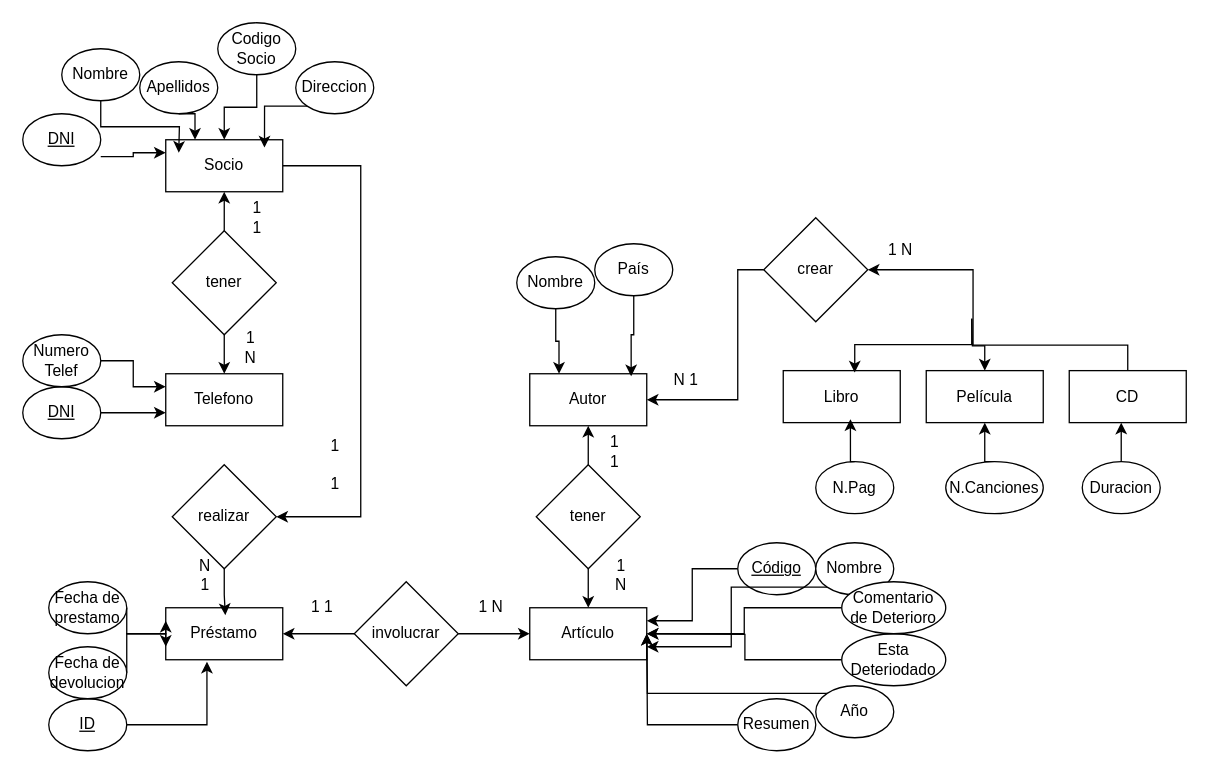
Earlier version of the draw.io diagram ej6.drawio (adriii28/amr-tsys-C3U12-11102023). Source tidied: cells renumbered, new cells numbered last; positions are measured from the earlier drawing's top-left corner, leaving out a move shared by most shapes. Both pictures are drawn from the tidied source at 130%, with x=0, y=0 at pixel (22, 22).
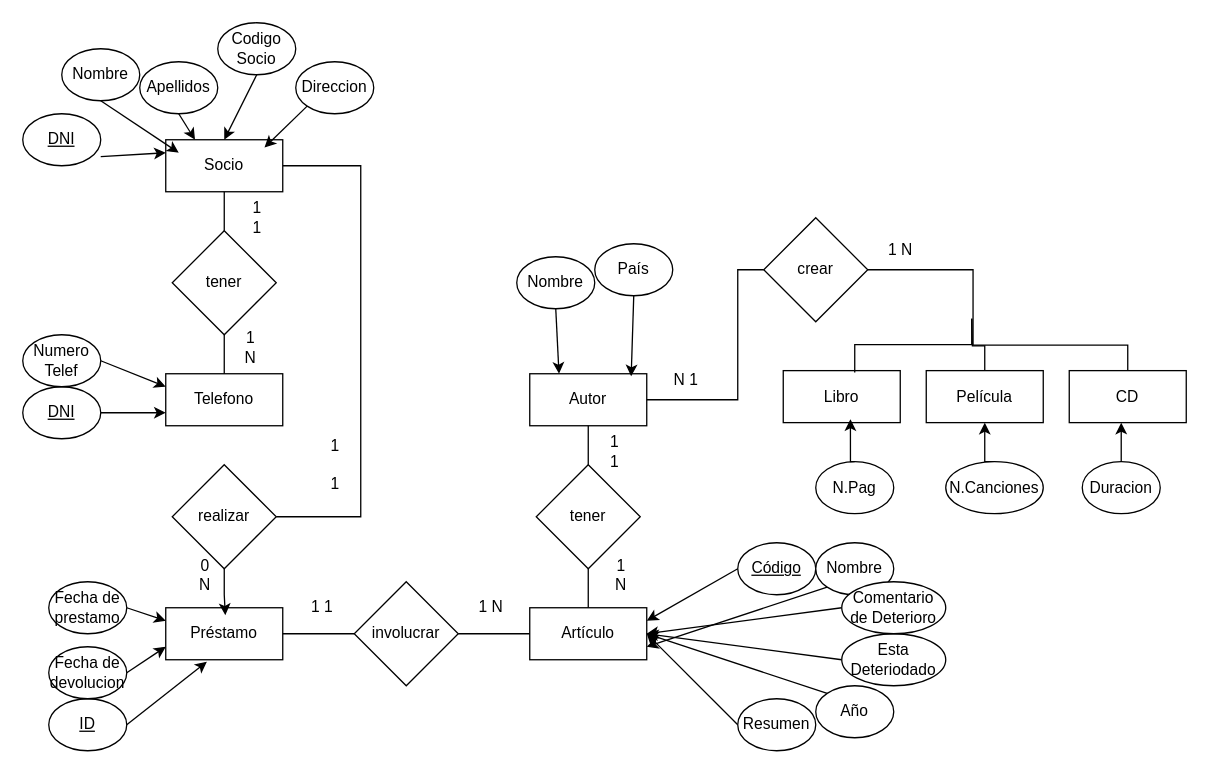
Above is the later version.

The change refers to these unchanged cells:
```xml
<mxCell id="3" value="Socio" style="rounded=0;whiteSpace=wrap;html=1;" parent="1" vertex="1">
<mxCell id="4" value="Telefono" style="rounded=0;whiteSpace=wrap;html=1;" parent="1" vertex="1">
<mxCell id="5" value="&lt;div&gt;Artículo&lt;/div&gt;" style="rounded=0;whiteSpace=wrap;html=1;" parent="1" vertex="1">
<mxCell id="6" value="Autor" style="rounded=0;whiteSpace=wrap;html=1;" parent="1" vertex="1">
<mxCell id="7" value="Libro" style="rounded=0;whiteSpace=wrap;html=1;" parent="1" vertex="1">
<mxCell id="8" value="CD" style="rounded=0;whiteSpace=wrap;html=1;" parent="1" vertex="1">
<mxCell id="9" value="Película" style="rounded=0;whiteSpace=wrap;html=1;" parent="1" vertex="1">
<mxCell id="10" value="Préstamo" style="rounded=0;whiteSpace=wrap;html=1;" parent="1" vertex="1">
<mxCell id="13" value="tener" style="rhombus;whiteSpace=wrap;html=1;" parent="1" vertex="1">
<mxCell id="14" value="realizar" style="rhombus;whiteSpace=wrap;html=1;" parent="1" vertex="1">
<mxCell id="17" value="involucrar" style="rhombus;whiteSpace=wrap;html=1;" parent="1" vertex="1">
<mxCell id="20" value="tener" style="rhombus;whiteSpace=wrap;html=1;" parent="1" vertex="1">
<mxCell id="23" value="DNI" style="ellipse;whiteSpace=wrap;html=1;fontStyle=4;" parent="1" vertex="1">
<mxCell id="25" value="Nombre" style="ellipse;whiteSpace=wrap;html=1;" parent="1" vertex="1">
<mxCell id="27" value="Apellidos" style="ellipse;whiteSpace=wrap;html=1;" parent="1" vertex="1">
<mxCell id="29" value="Codigo Socio" style="ellipse;whiteSpace=wrap;html=1;" parent="1" vertex="1">
<mxCell id="30" value="Direccion" style="ellipse;whiteSpace=wrap;html=1;" parent="1" vertex="1">
<mxCell id="32" value="DNI" style="ellipse;whiteSpace=wrap;html=1;fontStyle=4;" parent="1" vertex="1">
<mxCell id="34" value="Numero Telef" style="ellipse;whiteSpace=wrap;html=1;" parent="1" vertex="1">
<mxCell id="36" value="Código" style="ellipse;whiteSpace=wrap;html=1;fontStyle=4;" parent="1" vertex="1">
<mxCell id="38" value="Nombre" style="ellipse;whiteSpace=wrap;html=1;fontStyle=0;" parent="1" vertex="1">
<mxCell id="40" value="Año" style="ellipse;whiteSpace=wrap;html=1;fontStyle=0;" parent="1" vertex="1">
<mxCell id="42" value="Resumen" style="ellipse;whiteSpace=wrap;html=1;fontStyle=0;" parent="1" vertex="1">
<mxCell id="44" value="Esta Deteriodado" style="ellipse;whiteSpace=wrap;html=1;fontStyle=0;" parent="1" vertex="1">
<mxCell id="46" value="Comentario de Deterioro" style="ellipse;whiteSpace=wrap;html=1;fontStyle=0;" parent="1" vertex="1">
<mxCell id="47" value="País" style="ellipse;whiteSpace=wrap;html=1;fontStyle=0;" parent="1" vertex="1">
<mxCell id="49" value="Nombre" style="ellipse;whiteSpace=wrap;html=1;fontStyle=0;" parent="1" vertex="1">
<mxCell id="51" value="ID" style="ellipse;whiteSpace=wrap;html=1;fontStyle=4;" parent="1" vertex="1">
<mxCell id="53" value="Fecha de prestamo" style="ellipse;whiteSpace=wrap;html=1;" parent="1" vertex="1">
<mxCell id="55" value="Fecha de devolucion" style="ellipse;whiteSpace=wrap;html=1;" parent="1" vertex="1">
<mxCell id="62" value="crear" style="rhombus;whiteSpace=wrap;html=1;" parent="1" vertex="1">
```

Diff of the diagram source:
```diff
@@
-    <mxCell id="2" style="edgeStyle=orthogonalEdgeStyle;rounded=0;jettySize=auto;html=1;exitX=1;exitY=0.5;exitDx=0;exitDy=0;entryX=1;entryY=0.5;entryDx=0;entryDy=0;" parent="1" edge="1" source="3" target="14">
+    <mxCell id="2" style="edgeStyle=orthogonalEdgeStyle;rounded=0;jettySize=auto;html=1;exitX=1;exitY=0.5;exitDx=0;exitDy=0;entryX=1;entryY=0.5;entryDx=0;entryDy=0;endArrow=none;endFill=0;startArrow=none;startFill=0;" parent="1" edge="1" source="3" target="14">
       <mxGeometry relative="1" as="geometry">
         <Array as="points">
           <mxPoint x="260" y="110" />
           <mxPoint x="260" y="380" />
         </Array>
       </mxGeometry>
     </mxCell>
@@
-    <mxCell id="11" style="edgeStyle=orthogonalEdgeStyle;rounded=0;jettySize=auto;html=1;entryX=0.5;entryY=0;entryDx=0;entryDy=0;" parent="1" edge="1" source="13" target="4">
+    <mxCell id="11" style="edgeStyle=orthogonalEdgeStyle;rounded=0;jettySize=auto;html=1;entryX=0.5;entryY=0;entryDx=0;entryDy=0;endArrow=none;endFill=0;startArrow=none;startFill=0;" parent="1" edge="1" source="13" target="4">
       <mxGeometry relative="1" as="geometry" />
     </mxCell>
-    <mxCell id="12" style="edgeStyle=orthogonalEdgeStyle;rounded=0;jettySize=auto;html=1;entryX=0.5;entryY=1;entryDx=0;entryDy=0;" parent="1" edge="1" source="13" target="3">
+    <mxCell id="12" style="edgeStyle=orthogonalEdgeStyle;rounded=0;jettySize=auto;html=1;entryX=0.5;entryY=1;entryDx=0;entryDy=0;endArrow=none;endFill=0;startArrow=none;startFill=0;" parent="1" edge="1" source="13" target="3">
       <mxGeometry relative="1" as="geometry" />
     </mxCell>
@@
-    <mxCell id="15" style="edgeStyle=orthogonalEdgeStyle;rounded=0;jettySize=auto;html=1;exitX=1;exitY=0.5;exitDx=0;exitDy=0;entryX=0;entryY=0.5;entryDx=0;entryDy=0;" parent="1" edge="1" source="17" target="5">
+    <mxCell id="15" style="edgeStyle=orthogonalEdgeStyle;rounded=0;jettySize=auto;html=1;exitX=1;exitY=0.5;exitDx=0;exitDy=0;entryX=0;entryY=0.5;entryDx=0;entryDy=0;endArrow=none;endFill=0;startArrow=none;startFill=0;" parent="1" edge="1" source="17" target="5">
       <mxGeometry relative="1" as="geometry" />
     </mxCell>
-    <mxCell id="16" style="edgeStyle=orthogonalEdgeStyle;rounded=0;jettySize=auto;html=1;entryX=1;entryY=0.5;entryDx=0;entryDy=0;" parent="1" edge="1" source="17" target="10">
+    <mxCell id="16" style="edgeStyle=orthogonalEdgeStyle;rounded=0;jettySize=auto;html=1;entryX=1;entryY=0.5;entryDx=0;entryDy=0;endArrow=none;endFill=0;startArrow=none;startFill=0;" parent="1" edge="1" source="17" target="10">
       <mxGeometry relative="1" as="geometry" />
     </mxCell>
@@
-    <mxCell id="18" style="edgeStyle=orthogonalEdgeStyle;rounded=0;jettySize=auto;html=1;entryX=0.5;entryY=0;entryDx=0;entryDy=0;" parent="1" edge="1" source="20" target="5">
+    <mxCell id="18" style="edgeStyle=orthogonalEdgeStyle;rounded=0;jettySize=auto;html=1;entryX=0.5;entryY=0;entryDx=0;entryDy=0;endArrow=none;endFill=0;startArrow=none;startFill=0;" parent="1" edge="1" source="20" target="5">
       <mxGeometry relative="1" as="geometry" />
     </mxCell>
-    <mxCell id="19" style="edgeStyle=orthogonalEdgeStyle;rounded=0;jettySize=auto;html=1;entryX=0.5;entryY=1;entryDx=0;entryDy=0;" parent="1" edge="1" source="20" target="6">
+    <mxCell id="19" style="edgeStyle=orthogonalEdgeStyle;rounded=0;jettySize=auto;html=1;entryX=0.5;entryY=1;entryDx=0;entryDy=0;endArrow=none;endFill=0;startArrow=none;startFill=0;" parent="1" edge="1" source="20" target="6">
       <mxGeometry relative="1" as="geometry" />
     </mxCell>
@@
-    <mxCell id="21" style="edgeStyle=orthogonalEdgeStyle;rounded=0;jettySize=auto;html=1;exitX=1;exitY=0.825;exitDx=0;exitDy=0;entryX=0;entryY=0.25;entryDx=0;entryDy=0;exitPerimeter=0;" parent="1" edge="1" source="32" target="3">
+    <mxCell id="21" style="rounded=0;jettySize=auto;html=1;exitX=1;exitY=0.825;exitDx=0;exitDy=0;entryX=0;entryY=0.25;entryDx=0;entryDy=0;exitPerimeter=0;" parent="1" edge="1" source="32" target="3">
       <mxGeometry relative="1" as="geometry" />
     </mxCell>
-    <mxCell id="22" style="edgeStyle=orthogonalEdgeStyle;rounded=0;jettySize=auto;html=1;exitX=1;exitY=0.5;exitDx=0;exitDy=0;entryX=0;entryY=0.75;entryDx=0;entryDy=0;" parent="1" edge="1" source="23" target="4">
+    <mxCell id="22" style="rounded=0;jettySize=auto;html=1;exitX=1;exitY=0.5;exitDx=0;exitDy=0;entryX=0;entryY=0.75;entryDx=0;entryDy=0;" parent="1" edge="1" source="23" target="4">
       <mxGeometry relative="1" as="geometry" />
     </mxCell>
@@
-    <mxCell id="24" style="edgeStyle=orthogonalEdgeStyle;rounded=0;jettySize=auto;html=1;exitX=0.5;exitY=1;exitDx=0;exitDy=0;" parent="1" edge="1" source="25">
+    <mxCell id="24" style="rounded=0;jettySize=auto;html=1;exitX=0.5;exitY=1;exitDx=0;exitDy=0;" parent="1" edge="1" source="25">
       <mxGeometry relative="1" as="geometry">
         <mxPoint x="120" y="100" as="targetPoint" />
       </mxGeometry>
     </mxCell>
@@
-    <mxCell id="26" style="edgeStyle=orthogonalEdgeStyle;rounded=0;jettySize=auto;html=1;exitX=0.5;exitY=1;exitDx=0;exitDy=0;entryX=0.25;entryY=0;entryDx=0;entryDy=0;" parent="1" edge="1" source="27" target="3">
+    <mxCell id="26" style="rounded=0;jettySize=auto;html=1;exitX=0.5;exitY=1;exitDx=0;exitDy=0;entryX=0.25;entryY=0;entryDx=0;entryDy=0;" parent="1" edge="1" source="27" target="3">
       <mxGeometry relative="1" as="geometry" />
     </mxCell>
@@
-    <mxCell id="28" style="edgeStyle=orthogonalEdgeStyle;rounded=0;jettySize=auto;html=1;exitX=0.5;exitY=1;exitDx=0;exitDy=0;entryX=0.5;entryY=0;entryDx=0;entryDy=0;" parent="1" edge="1" source="29" target="3">
+    <mxCell id="28" style="rounded=0;jettySize=auto;html=1;exitX=0.5;exitY=1;exitDx=0;exitDy=0;entryX=0.5;entryY=0;entryDx=0;entryDy=0;" parent="1" edge="1" source="29" target="3">
       <mxGeometry relative="1" as="geometry" />
     </mxCell>
@@
-    <mxCell id="31" style="edgeStyle=orthogonalEdgeStyle;rounded=0;jettySize=auto;html=1;exitX=0;exitY=1;exitDx=0;exitDy=0;entryX=0.844;entryY=0.15;entryDx=0;entryDy=0;entryPerimeter=0;" parent="1" edge="1" source="30" target="3">
+    <mxCell id="31" style="rounded=0;jettySize=auto;html=1;exitX=0;exitY=1;exitDx=0;exitDy=0;entryX=0.844;entryY=0.15;entryDx=0;entryDy=0;entryPerimeter=0;" parent="1" edge="1" source="30" target="3">
       <mxGeometry relative="1" as="geometry" />
     </mxCell>
@@
-    <mxCell id="33" style="edgeStyle=orthogonalEdgeStyle;rounded=0;jettySize=auto;html=1;exitX=1;exitY=0.5;exitDx=0;exitDy=0;entryX=0;entryY=0.25;entryDx=0;entryDy=0;" parent="1" edge="1" source="34" target="4">
+    <mxCell id="33" style="rounded=0;jettySize=auto;html=1;exitX=1;exitY=0.5;exitDx=0;exitDy=0;entryX=0;entryY=0.25;entryDx=0;entryDy=0;" parent="1" edge="1" source="34" target="4">
       <mxGeometry relative="1" as="geometry" />
     </mxCell>
@@
-    <mxCell id="35" style="edgeStyle=orthogonalEdgeStyle;rounded=0;jettySize=auto;html=1;exitX=0;exitY=0.5;exitDx=0;exitDy=0;entryX=1;entryY=0.25;entryDx=0;entryDy=0;" parent="1" edge="1" source="36" target="5">
+    <mxCell id="35" style="rounded=0;jettySize=auto;html=1;exitX=0;exitY=0.5;exitDx=0;exitDy=0;entryX=1;entryY=0.25;entryDx=0;entryDy=0;" parent="1" edge="1" source="36" target="5">
       <mxGeometry relative="1" as="geometry" />
     </mxCell>
@@
-    <mxCell id="37" style="edgeStyle=orthogonalEdgeStyle;rounded=0;jettySize=auto;html=1;exitX=0;exitY=1;exitDx=0;exitDy=0;entryX=1;entryY=0.75;entryDx=0;entryDy=0;" parent="1" edge="1" source="38" target="5">
+    <mxCell id="37" style="rounded=0;jettySize=auto;html=1;exitX=0;exitY=1;exitDx=0;exitDy=0;entryX=1;entryY=0.75;entryDx=0;entryDy=0;" parent="1" edge="1" source="38" target="5">
       <mxGeometry relative="1" as="geometry" />
     </mxCell>
@@
-    <mxCell id="39" style="edgeStyle=orthogonalEdgeStyle;rounded=0;jettySize=auto;html=1;exitX=0;exitY=0;exitDx=0;exitDy=0;" parent="1" edge="1" source="40">
+    <mxCell id="39" style="rounded=0;jettySize=auto;html=1;exitX=0;exitY=0;exitDx=0;exitDy=0;" parent="1" edge="1" source="40">
       <mxGeometry relative="1" as="geometry">
         <mxPoint x="480" y="470" as="targetPoint" />
       </mxGeometry>
     </mxCell>
@@
-    <mxCell id="41" style="edgeStyle=orthogonalEdgeStyle;rounded=0;jettySize=auto;html=1;exitX=0;exitY=0.5;exitDx=0;exitDy=0;" parent="1" edge="1" source="42">
+    <mxCell id="41" style="rounded=0;jettySize=auto;html=1;exitX=0;exitY=0.5;exitDx=0;exitDy=0;" parent="1" edge="1" source="42">
       <mxGeometry relative="1" as="geometry">
         <mxPoint x="480" y="470" as="targetPoint" />
       </mxGeometry>
     </mxCell>
@@
-    <mxCell id="43" style="edgeStyle=orthogonalEdgeStyle;rounded=0;jettySize=auto;html=1;exitX=0;exitY=0.5;exitDx=0;exitDy=0;" parent="1" edge="1" source="44">
+    <mxCell id="43" style="rounded=0;jettySize=auto;html=1;exitX=0;exitY=0.5;exitDx=0;exitDy=0;" parent="1" edge="1" source="44">
       <mxGeometry relative="1" as="geometry">
         <mxPoint x="480" y="470" as="targetPoint" />
       </mxGeometry>
     </mxCell>
@@
-    <mxCell id="45" style="edgeStyle=orthogonalEdgeStyle;rounded=0;jettySize=auto;html=1;exitX=0;exitY=0.5;exitDx=0;exitDy=0;entryX=1;entryY=0.5;entryDx=0;entryDy=0;" parent="1" edge="1" source="46" target="5">
+    <mxCell id="45" style="rounded=0;jettySize=auto;html=1;exitX=0;exitY=0.5;exitDx=0;exitDy=0;entryX=1;entryY=0.5;entryDx=0;entryDy=0;" parent="1" edge="1" source="46" target="5">
       <mxGeometry relative="1" as="geometry" />
     </mxCell>
@@
-    <mxCell id="48" style="edgeStyle=orthogonalEdgeStyle;rounded=0;jettySize=auto;html=1;exitX=0.5;exitY=1;exitDx=0;exitDy=0;entryX=0.25;entryY=0;entryDx=0;entryDy=0;" parent="1" edge="1" source="49" target="6">
+    <mxCell id="48" style="rounded=0;jettySize=auto;html=1;exitX=0.5;exitY=1;exitDx=0;exitDy=0;entryX=0.25;entryY=0;entryDx=0;entryDy=0;" parent="1" edge="1" source="49" target="6">
       <mxGeometry relative="1" as="geometry" />
     </mxCell>
@@
-    <mxCell id="50" style="edgeStyle=orthogonalEdgeStyle;rounded=0;jettySize=auto;html=1;exitX=0.5;exitY=1;exitDx=0;exitDy=0;entryX=0.867;entryY=0.05;entryDx=0;entryDy=0;entryPerimeter=0;" parent="1" edge="1" source="47" target="6">
+    <mxCell id="50" style="rounded=0;jettySize=auto;html=1;exitX=0.5;exitY=1;exitDx=0;exitDy=0;entryX=0.867;entryY=0.05;entryDx=0;entryDy=0;entryPerimeter=0;" parent="1" edge="1" source="47" target="6">
       <mxGeometry relative="1" as="geometry" />
     </mxCell>
@@
-    <mxCell id="52" style="edgeStyle=orthogonalEdgeStyle;rounded=0;jettySize=auto;html=1;exitX=1;exitY=0.5;exitDx=0;exitDy=0;entryX=0;entryY=0.25;entryDx=0;entryDy=0;" parent="1" edge="1" source="53" target="10">
-      <mxGeometry relative="1" as="geometry">
-        <Array as="points">
-          <mxPoint x="80" y="470" />
-          <mxPoint x="110" y="470" />
-        </Array>
-      </mxGeometry>
+    <mxCell id="52" style="rounded=0;jettySize=auto;html=1;exitX=1;exitY=0.5;exitDx=0;exitDy=0;entryX=0;entryY=0.25;entryDx=0;entryDy=0;" parent="1" edge="1" source="53" target="10">
+      <mxGeometry relative="1" as="geometry" />
     </mxCell>
@@
-    <mxCell id="54" style="edgeStyle=orthogonalEdgeStyle;rounded=0;jettySize=auto;html=1;exitX=1;exitY=0.5;exitDx=0;exitDy=0;entryX=0;entryY=0.75;entryDx=0;entryDy=0;" parent="1" edge="1" source="55" target="10">
-      <mxGeometry relative="1" as="geometry">
-        <Array as="points">
-          <mxPoint x="80" y="470" />
-          <mxPoint x="110" y="470" />
-        </Array>
-      </mxGeometry>
+    <mxCell id="54" style="rounded=0;jettySize=auto;html=1;exitX=1;exitY=0.5;exitDx=0;exitDy=0;entryX=0;entryY=0.75;entryDx=0;entryDy=0;" parent="1" edge="1" source="55" target="10">
+      <mxGeometry relative="1" as="geometry" />
     </mxCell>
@@
-    <mxCell id="60" style="edgeStyle=orthogonalEdgeStyle;rounded=0;jettySize=auto;html=1;exitX=0.5;exitY=1;exitDx=0;exitDy=0;entryX=0.5;entryY=0;entryDx=0;entryDy=0;" parent="1" edge="1" target="9">
+    <mxCell id="60" style="edgeStyle=orthogonalEdgeStyle;rounded=0;jettySize=auto;html=1;exitX=0.5;exitY=1;exitDx=0;exitDy=0;entryX=0.5;entryY=0;entryDx=0;entryDy=0;endArrow=none;endFill=0;startArrow=none;startFill=0;" parent="1" edge="1" target="9">
       <mxGeometry relative="1" as="geometry">
         <mxPoint x="730" y="227.6" as="sourcePoint" />
       </mxGeometry>
     </mxCell>
-    <mxCell id="61" style="edgeStyle=orthogonalEdgeStyle;rounded=0;jettySize=auto;html=1;entryX=1;entryY=0.5;entryDx=0;entryDy=0;" parent="1" edge="1" source="62" target="6">
+    <mxCell id="61" style="edgeStyle=orthogonalEdgeStyle;rounded=0;jettySize=auto;html=1;entryX=1;entryY=0.5;entryDx=0;entryDy=0;endArrow=none;endFill=0;startArrow=none;startFill=0;" parent="1" edge="1" source="62" target="6">
       <mxGeometry relative="1" as="geometry">
         <Array as="points">
           <mxPoint x="550" y="190" />
           <mxPoint x="550" y="290" />
         </Array>
       </mxGeometry>
     </mxCell>
@@
-    <mxCell id="63" style="edgeStyle=orthogonalEdgeStyle;rounded=0;jettySize=auto;html=1;exitX=0.5;exitY=1;exitDx=0;exitDy=0;entryX=0.611;entryY=0.037;entryDx=0;entryDy=0;entryPerimeter=0;" parent="1" edge="1" target="7">
+    <mxCell id="63" style="edgeStyle=orthogonalEdgeStyle;rounded=0;jettySize=auto;html=1;exitX=0.5;exitY=1;exitDx=0;exitDy=0;entryX=0.611;entryY=0.037;entryDx=0;entryDy=0;entryPerimeter=0;endArrow=none;endFill=0;startArrow=none;startFill=0;" parent="1" edge="1" target="7">
       <mxGeometry relative="1" as="geometry">
         <mxPoint x="730" y="227.6" as="sourcePoint" />
         <Array as="points">
           <mxPoint x="640" y="247.6" />
         </Array>
       </mxGeometry>
     </mxCell>
-    <mxCell id="64" style="edgeStyle=orthogonalEdgeStyle;rounded=0;jettySize=auto;html=1;exitX=0.5;exitY=0;exitDx=0;exitDy=0;entryX=1;entryY=0.5;entryDx=0;entryDy=0;" parent="1" edge="1" source="8" target="62">
+    <mxCell id="64" style="edgeStyle=orthogonalEdgeStyle;rounded=0;jettySize=auto;html=1;exitX=0.5;exitY=0;exitDx=0;exitDy=0;entryX=1;entryY=0.5;entryDx=0;entryDy=0;endArrow=none;endFill=0;startArrow=none;startFill=0;" parent="1" edge="1" source="8" target="62">
       <mxGeometry relative="1" as="geometry">
         <Array as="points">
           <mxPoint x="850" y="248" />
           <mxPoint x="731" y="248" />
           <mxPoint x="731" y="190" />
         </Array>
       </mxGeometry>
     </mxCell>
@@
-    <mxCell id="68" style="edgeStyle=orthogonalEdgeStyle;rounded=0;jettySize=auto;html=1;exitX=1;exitY=0.5;exitDx=0;exitDy=0;entryX=0.352;entryY=1.037;entryDx=0;entryDy=0;entryPerimeter=0;" parent="1" edge="1" source="51" target="10">
+    <mxCell id="68" style="rounded=0;jettySize=auto;html=1;exitX=1;exitY=0.5;exitDx=0;exitDy=0;entryX=0.352;entryY=1.037;entryDx=0;entryDy=0;entryPerimeter=0;" parent="1" edge="1" source="51" target="10">
       <mxGeometry relative="1" as="geometry" />
     </mxCell>
@@
-    <mxCell id="71" value="N&lt;br&gt;1" style="text;html=1;align=center;verticalAlign=middle;strokeColor=none;fillColor=none;" parent="1" vertex="1">
+    <mxCell id="71" value="0&lt;br&gt;N" style="text;html=1;align=center;verticalAlign=middle;strokeColor=none;fillColor=none;" parent="1" vertex="1">
       <mxGeometry x="125" y="405" width="30" height="40" as="geometry" />
     </mxCell>
```
